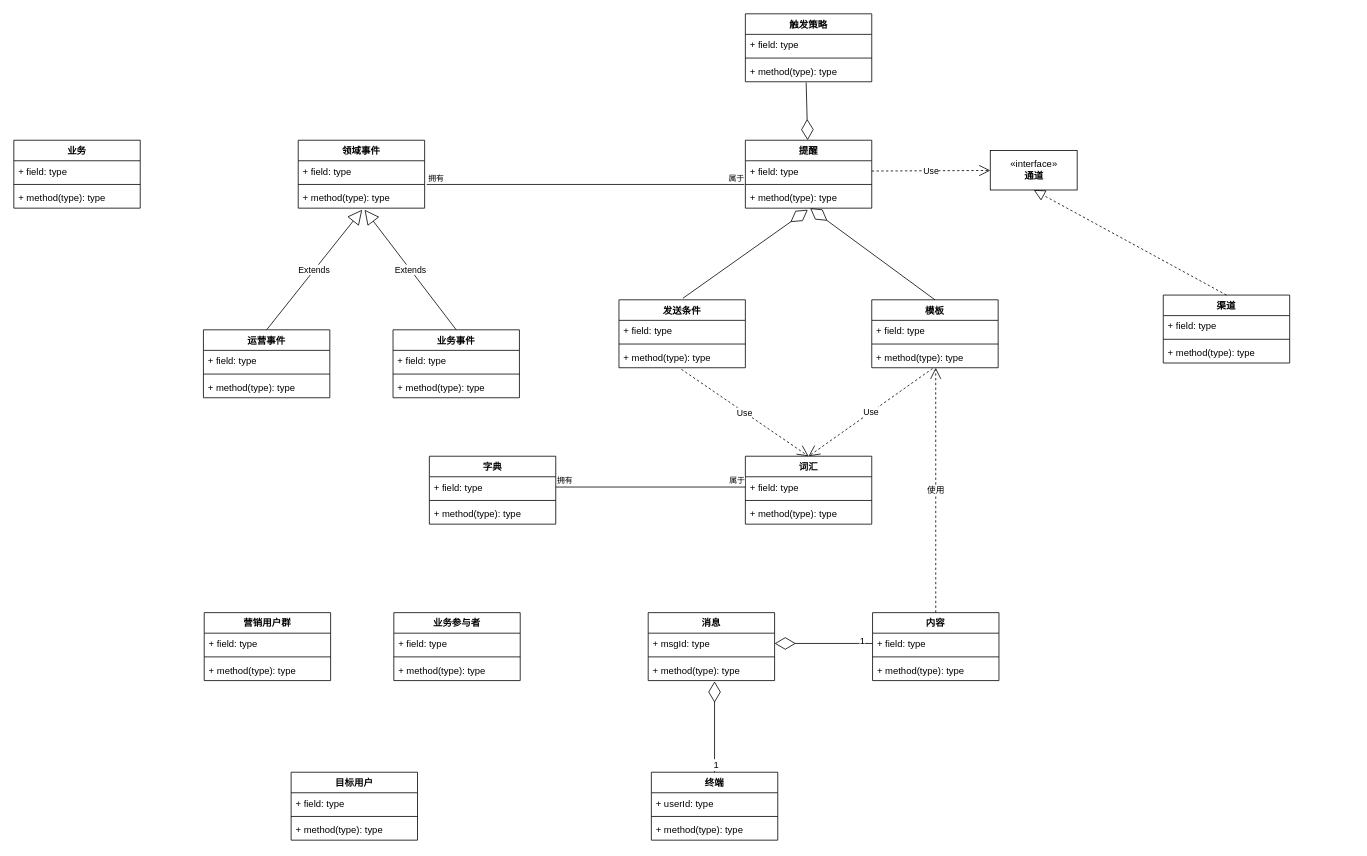
NonePro/UML keeps this draw.io diagram as page "Page-2" (2 of 2) of 业务系统/提醒中心.drawio. Above is the earlier version. Source tidied: cells renumbered, new cells numbered last; positions are measured from the earlier drawing's top-left corner, leaving out a move shared by most shapes. Both pictures are drawn from the tidied source at 79%, with x=0, y=0 at pixel (13, 13).
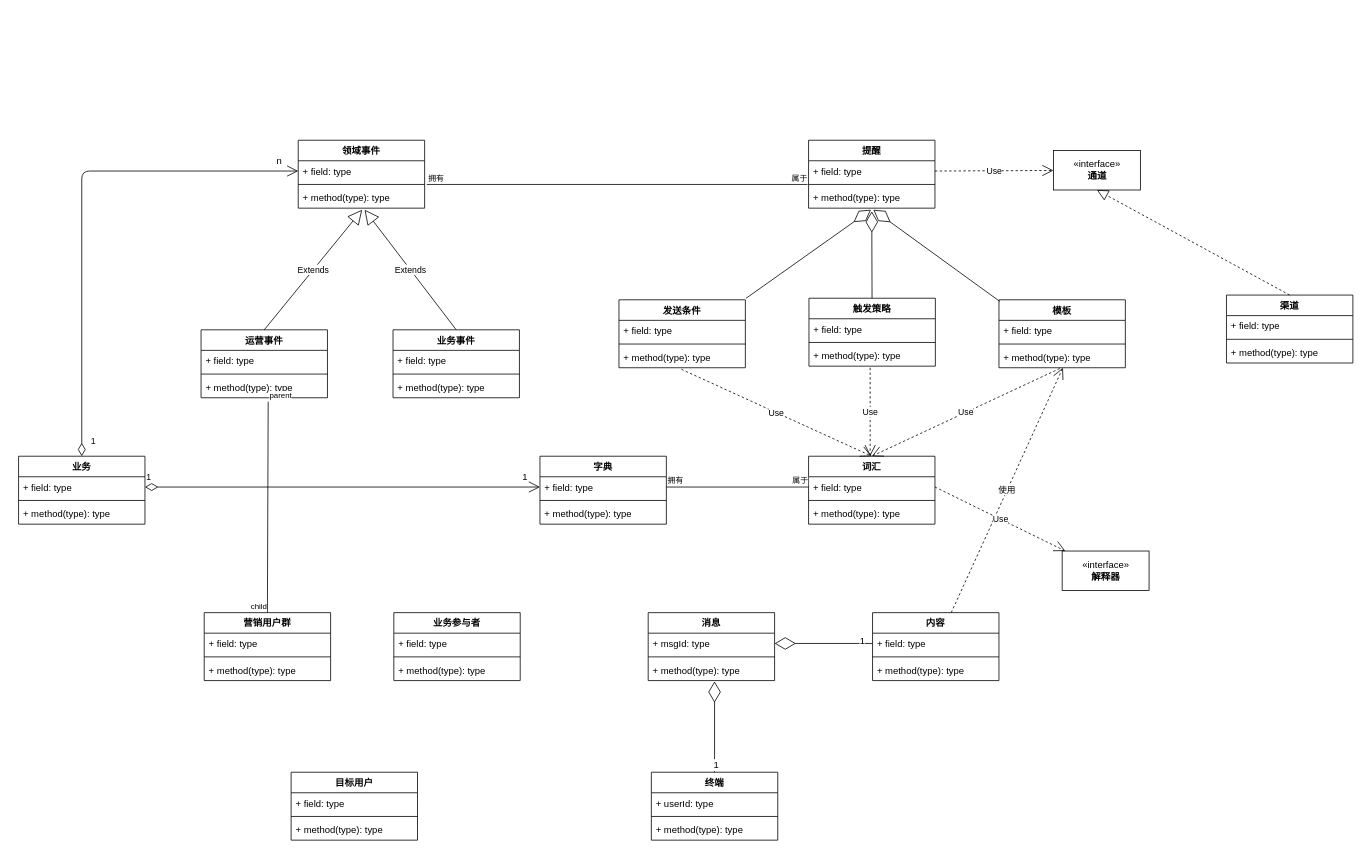
The same diagram, later.

Unchanged cells that the change refers to:
```xml
<mxCell id="3" value="+ field: type" style="text;strokeColor=none;fillColor=none;align=left;verticalAlign=top;spacingLeft=4;spacingRight=4;overflow=hidden;points=[[0,0.5],[1,0.5]];portConstraint=eastwest;" parent="2" vertex="1">
  <mxGeometry y="26" width="160" height="26" as="geometry" />
</mxCell>
<mxCell id="7" value="+ field: type" style="text;strokeColor=none;fillColor=none;align=left;verticalAlign=top;spacingLeft=4;spacingRight=4;overflow=hidden;points=[[0,0.5],[1,0.5]];portConstraint=eastwest;" parent="6" vertex="1">
  <mxGeometry y="26" width="160" height="26" as="geometry" />
</mxCell>
<mxCell id="13" value="+ method(type): type" style="text;strokeColor=none;fillColor=none;align=left;verticalAlign=top;spacingLeft=4;spacingRight=4;overflow=hidden;points=[[0,0.5],[1,0.5]];portConstraint=eastwest;" parent="10" vertex="1">
  <mxGeometry y="60" width="160" height="26" as="geometry" />
</mxCell>
<mxCell id="21" value="+ method(type): type" style="text;strokeColor=none;fillColor=none;align=left;verticalAlign=top;spacingLeft=4;spacingRight=4;overflow=hidden;points=[[0,0.5],[1,0.5]];portConstraint=eastwest;" parent="18" vertex="1">
  <mxGeometry y="60" width="160" height="26" as="geometry" />
</mxCell>
<mxCell id="32" value="营销用户群" style="swimlane;fontStyle=1;align=center;verticalAlign=top;horizontal=1;startSize=26;" parent="1" vertex="1">
  <mxGeometry x="241" y="758" width="160" height="86" as="geometry" />
</mxCell>
<mxCell id="71" value="+ method(type): type" style="text;strokeColor=none;fillColor=none;align=left;verticalAlign=top;spacingLeft=4;spacingRight=4;overflow=hidden;points=[[0,0.5],[1,0.5]];portConstraint=eastwest;" parent="68" vertex="1">
  <mxGeometry y="60" width="160" height="26" as="geometry" />
</mxCell>
<mxCell id="79" value="+ field: type" style="text;strokeColor=none;fillColor=none;align=left;verticalAlign=top;spacingLeft=4;spacingRight=4;overflow=hidden;points=[[0,0.5],[1,0.5]];portConstraint=eastwest;" parent="78" vertex="1">
  <mxGeometry y="26" width="160" height="26" as="geometry" />
</mxCell>
<mxCell id="83" value="+ field: type" style="text;strokeColor=none;fillColor=none;align=left;verticalAlign=top;spacingLeft=4;spacingRight=4;overflow=hidden;points=[[0,0.5],[1,0.5]];portConstraint=eastwest;" parent="82" vertex="1">
  <mxGeometry y="26" width="160" height="26" as="geometry" />
</mxCell>
```

The edit, as a diff of the source:
```diff
@@
     <mxCell id="2" value="业务" style="swimlane;fontStyle=1;align=center;verticalAlign=top;horizontal=1;startSize=26;" parent="1" vertex="1">
-      <mxGeometry y="160" width="160" height="86" as="geometry" />
+      <mxGeometry x="6" y="560" width="160" height="86" as="geometry" />
     </mxCell>
@@
     <mxCell id="10" value="提醒" style="swimlane;fontStyle=1;align=center;verticalAlign=top;horizontal=1;startSize=26;" parent="1" vertex="1">
-      <mxGeometry x="926" y="160" width="160" height="86" as="geometry" />
+      <mxGeometry x="1006" y="160" width="160" height="86" as="geometry" />
     </mxCell>
@@
     <mxCell id="14" value="渠道" style="swimlane;fontStyle=1;align=center;verticalAlign=top;horizontal=1;startSize=26;" parent="1" vertex="1">
-      <mxGeometry x="1455" y="356" width="160" height="86" as="geometry" />
+      <mxGeometry x="1535" y="356" width="160" height="86" as="geometry" />
     </mxCell>
@@
     <mxCell id="18" value="运营事件" style="swimlane;fontStyle=1;align=center;verticalAlign=top;horizontal=1;startSize=26;" parent="1" vertex="1">
-      <mxGeometry x="240" y="400" width="160" height="86" as="geometry" />
+      <mxGeometry x="237" y="400" width="160" height="86" as="geometry" />
     </mxCell>
@@
     <mxCell id="43" value="«interface»&lt;br&gt;&lt;b&gt;通道&lt;/b&gt;" style="html=1;" parent="1" vertex="1">
-      <mxGeometry x="1236" y="173" width="110" height="50" as="geometry" />
+      <mxGeometry x="1316" y="173" width="110" height="50" as="geometry" />
     </mxCell>
@@
     <mxCell id="56" value="模板" style="swimlane;fontStyle=1;align=center;verticalAlign=top;horizontal=1;startSize=26;" parent="1" vertex="1">
-      <mxGeometry x="1086" y="362" width="160" height="86" as="geometry" />
+      <mxGeometry x="1247" y="362" width="160" height="86" as="geometry" />
     </mxCell>
@@
-    <mxCell id="60" style="endArrow=diamondThin;endFill=0;endSize=24;html=1;entryX=0.513;entryY=1;entryDx=0;entryDy=0;entryPerimeter=0;exitX=0.5;exitY=0;exitDx=0;exitDy=0;" parent="1" edge="1" source="56" target="13">
-      <mxGeometry relative="1" as="geometry" />
+    <mxCell id="60" style="endArrow=diamondThin;endFill=0;endSize=24;html=1;exitX=0.006;exitY=0;exitDx=0;exitDy=0;exitPerimeter=0;" parent="1" edge="1">
+      <mxGeometry relative="1" as="geometry">
+        <mxPoint x="1248" y="364" as="sourcePoint" />
+        <mxPoint x="1088" y="248" as="targetPoint" />
+      </mxGeometry>
     </mxCell>
@@
     <mxCell id="68" value="触发策略" style="swimlane;fontStyle=1;align=center;verticalAlign=top;horizontal=1;startSize=26;" parent="1" vertex="1">
-      <mxGeometry x="926" width="160" height="86" as="geometry" />
+      <mxGeometry x="1006.5" y="360" width="160" height="86" as="geometry" />
     </mxCell>
@@
-    <mxCell id="72" style="endArrow=diamondThin;endFill=0;endSize=24;html=1;exitX=0.481;exitY=1.038;exitDx=0;exitDy=0;exitPerimeter=0;" parent="1" edge="1" source="71" target="10">
-      <mxGeometry relative="1" as="geometry" />
-    </mxCell>
@@
-    <mxCell id="77" style="endArrow=diamondThin;endFill=0;endSize=24;html=1;entryX=0.494;entryY=1.077;entryDx=0;entryDy=0;entryPerimeter=0;" parent="1" edge="1" target="13">
+    <mxCell id="77" style="endArrow=diamondThin;endFill=0;endSize=24;html=1;" parent="1" edge="1">
       <mxGeometry relative="1" as="geometry">
-        <mxPoint x="847" y="360" as="sourcePoint" />
+        <mxPoint x="927" y="360" as="sourcePoint" />
+        <mxPoint x="1085" y="248" as="targetPoint" />
       </mxGeometry>
     </mxCell>
     <mxCell id="78" value="字典" style="swimlane;fontStyle=1;align=center;verticalAlign=top;horizontal=1;startSize=26;" parent="1" vertex="1">
-      <mxGeometry x="526" y="560" width="160" height="86" as="geometry" />
+      <mxGeometry x="666" y="560" width="160" height="86" as="geometry" />
     </mxCell>
@@
     <mxCell id="82" value="词汇" style="swimlane;fontStyle=1;align=center;verticalAlign=top;horizontal=1;startSize=26;" parent="1" vertex="1">
-      <mxGeometry x="926" y="560" width="160" height="86" as="geometry" />
+      <mxGeometry x="1006" y="560" width="160" height="86" as="geometry" />
     </mxCell>
@@
+    <mxCell id="91" style="endArrow=diamondThin;endFill=0;endSize=24;html=1;" parent="1" edge="1" source="68">
+      <mxGeometry relative="1" as="geometry">
+        <mxPoint x="1086" y="250" as="targetPoint" />
+      </mxGeometry>
+    </mxCell>
+    <mxCell id="92" value="Use" style="endArrow=open;endSize=12;dashed=1;html=1;exitX=0.484;exitY=1.077;exitDx=0;exitDy=0;exitPerimeter=0;" parent="1" edge="1" source="71">
+      <mxGeometry relative="1" as="geometry">
+        <mxPoint x="1084" y="560" as="targetPoint" />
+      </mxGeometry>
+    </mxCell>
+    <mxCell id="93" value="«interface»&lt;br&gt;&lt;b&gt;解释器&lt;/b&gt;" style="html=1;" parent="1" vertex="1">
+      <mxGeometry x="1327" y="680" width="110" height="50" as="geometry" />
+    </mxCell>
+    <mxCell id="94" value="Use" style="endArrow=open;endSize=12;dashed=1;html=1;exitX=1;exitY=0.5;exitDx=0;exitDy=0;" parent="1" edge="1" source="83" target="93">
+      <mxGeometry relative="1" as="geometry" />
+    </mxCell>
+    <mxCell id="95" value="1" style="endArrow=open;html=1;endSize=12;startArrow=diamondThin;startSize=14;startFill=0;edgeStyle=orthogonalEdgeStyle;align=left;verticalAlign=bottom;exitX=1;exitY=0.5;exitDx=0;exitDy=0;entryX=0;entryY=0.5;entryDx=0;entryDy=0;" parent="1" edge="1" source="3" target="79">
+      <mxGeometry x="-1" y="3" relative="1" as="geometry" />
+    </mxCell>
+    <mxCell id="96" value="1" style="text;html=1;align=center;verticalAlign=middle;labelBackgroundColor=#ffffff;" parent="95" vertex="1">
+      <mxGeometry x="0.92" y="2" relative="1" as="geometry">
+        <mxPoint y="-11" as="offset" />
+      </mxGeometry>
+    </mxCell>
+    <mxCell id="97" value="1" style="endArrow=open;html=1;endSize=12;startArrow=diamondThin;startSize=14;startFill=0;edgeStyle=orthogonalEdgeStyle;align=left;verticalAlign=bottom;exitX=0.5;exitY=0;exitDx=0;exitDy=0;entryX=0;entryY=0.5;entryDx=0;entryDy=0;" parent="1" edge="1" source="2" target="7">
+      <mxGeometry x="0.17" y="-351" relative="1" as="geometry" />
+    </mxCell>
+    <mxCell id="98" value="n" style="text;html=1;align=center;verticalAlign=middle;labelBackgroundColor=#ffffff;" parent="97" vertex="1">
+      <mxGeometry x="0.92" y="2" relative="1" as="geometry">
+        <mxPoint y="-11" as="offset" />
+      </mxGeometry>
+    </mxCell>
+    <mxCell id="99" style="endArrow=none;html=1;edgeStyle=orthogonalEdgeStyle;exitX=0.531;exitY=1.192;exitDx=0;exitDy=0;exitPerimeter=0;entryX=0.5;entryY=0;entryDx=0;entryDy=0;" parent="1" edge="1" source="21" target="32">
+      <mxGeometry relative="1" as="geometry">
+        <Array as="points">
+          <mxPoint x="321" y="491" />
+        </Array>
+      </mxGeometry>
+    </mxCell>
+    <mxCell id="100" value="parent" style="html=1;align=left;verticalAlign=bottom;labelBackgroundColor=#ffffff;fontSize=10;" parent="99" vertex="1">
+      <mxGeometry x="-1" relative="1" as="geometry" />
+    </mxCell>
+    <mxCell id="101" value="child" style="html=1;align=right;verticalAlign=bottom;labelBackgroundColor=#ffffff;fontSize=10;" parent="99" vertex="1">
+      <mxGeometry x="1" relative="1" as="geometry" />
+    </mxCell>
```
